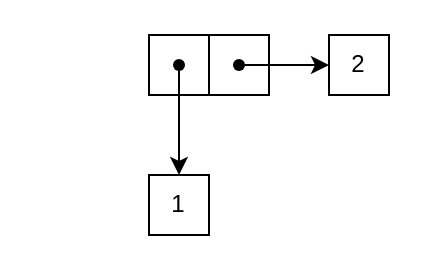
Earlier version of the draw.io diagram RainLisp/Docs/quick-start/img/simple-pair.drawio (chr1st0scli/RainLisp). Source tidied: cells renumbered, new cells numbered last; positions are measured from the earlier drawing's top-left corner, leaving out a move shared by most shapes. Both pictures are drawn from the tidied source at 200%, with x=0, y=0 at pixel (148, 34).
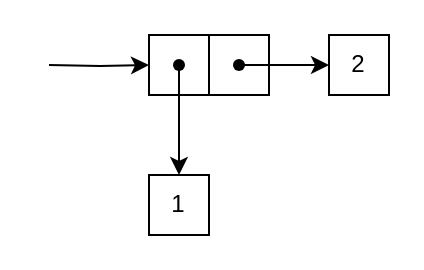
Above is the later version.

The edit, as a diff of the source:
```diff
@@
 <mxGraphModel>
   <root>
     <mxCell id="0" />
     <mxCell id="1" parent="0" />
     <mxCell id="2" style="rounded=0;whiteSpace=wrap;html=1;" parent="1" vertex="1">
       <mxGeometry width="30" height="30" as="geometry" />
     </mxCell>
     <mxCell id="3" style="rounded=0;whiteSpace=wrap;html=1;" parent="1" vertex="1">
       <mxGeometry x="30" width="30" height="30" as="geometry" />
     </mxCell>
     <mxCell id="4" style="endArrow=classic;html=1;rounded=0;" parent="1" edge="1" source="6">
       <mxGeometry relative="1" as="geometry">
         <mxPoint x="15" y="70" as="targetPoint" />
       </mxGeometry>
     </mxCell>
     <mxCell id="5" style="endArrow=classic;html=1;rounded=0;entryX=0;entryY=0.5;entryDx=0;entryDy=0;" parent="1" edge="1" source="7" target="9">
       <mxGeometry relative="1" as="geometry" />
     </mxCell>
     <mxCell id="6" style="shape=waypoint;sketch=0;fillStyle=solid;size=6;points=[];fillColor=none;perimeter=centerPerimeter;snapToPoint=1;" parent="1" vertex="1">
       <mxGeometry x="5" y="5" width="20" height="20" as="geometry" />
     </mxCell>
     <mxCell id="7" style="shape=waypoint;sketch=0;fillStyle=solid;size=6;points=[];fillColor=none;perimeter=centerPerimeter;snapToPoint=1;" parent="1" vertex="1">
       <mxGeometry x="35" y="5" width="20" height="20" as="geometry" />
     </mxCell>
     <mxCell id="8" value="1" style="rounded=0;whiteSpace=wrap;html=1;" parent="1" vertex="1">
       <mxGeometry y="70" width="30" height="30" as="geometry" />
     </mxCell>
     <mxCell id="9" value="2" style="rounded=0;whiteSpace=wrap;html=1;" parent="1" vertex="1">
       <mxGeometry x="90" width="30" height="30" as="geometry" />
     </mxCell>
+    <mxCell id="10" style="edgeStyle=orthogonalEdgeStyle;rounded=0;jettySize=auto;html=1;exitX=1;exitY=0.5;exitDx=0;exitDy=0;entryX=0;entryY=0.5;entryDx=0;entryDy=0;" parent="1" edge="1" target="2">
+      <mxGeometry relative="1" as="geometry">
+        <mxPoint x="-50" y="15" as="sourcePoint" />
+      </mxGeometry>
+    </mxCell>
   </root>
 </mxGraphModel>
```
